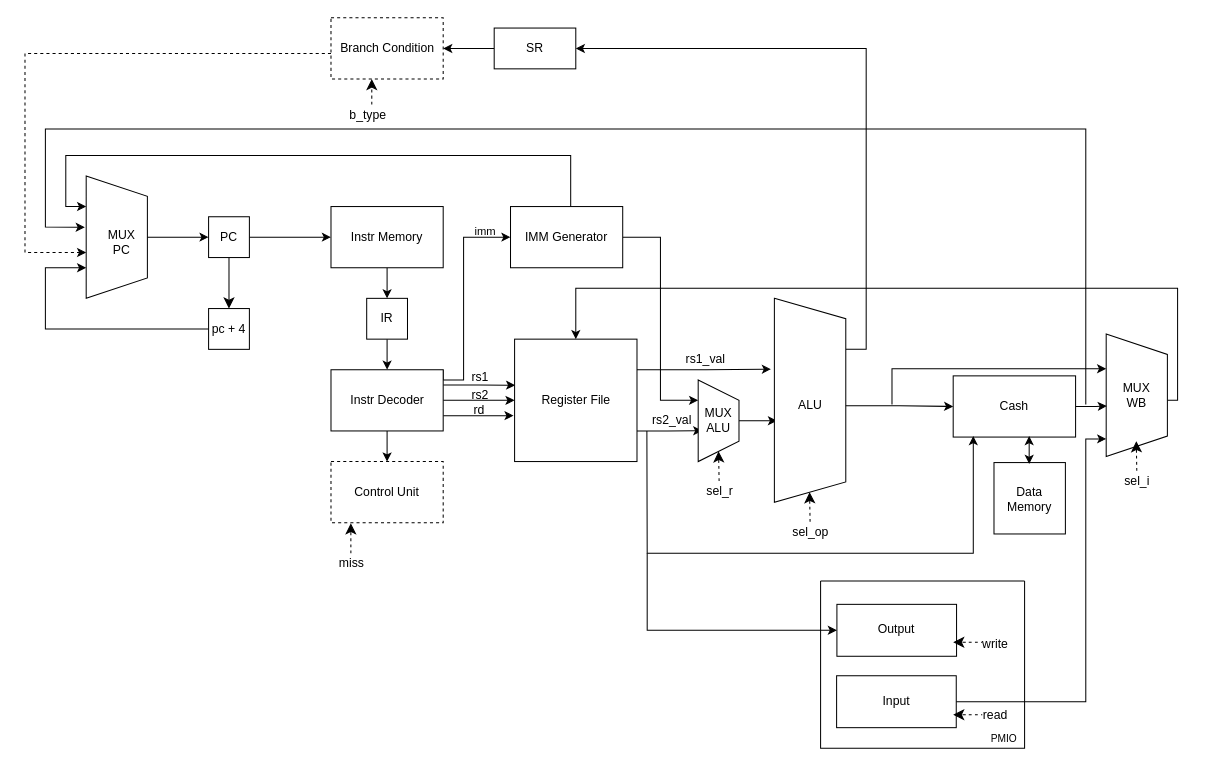
Above: page "Страница-1" (1 of 2) of graph/draw/sheme.drawio in Weeelp/aalang (draw.io), before the change. Source tidied: cells renumbered, new cells numbered last; positions are measured from the earlier drawing's top-left corner, leaving out a move shared by most shapes. Both pictures are drawn from the tidied source at 102%, with x=0, y=0 at pixel (24, 17).
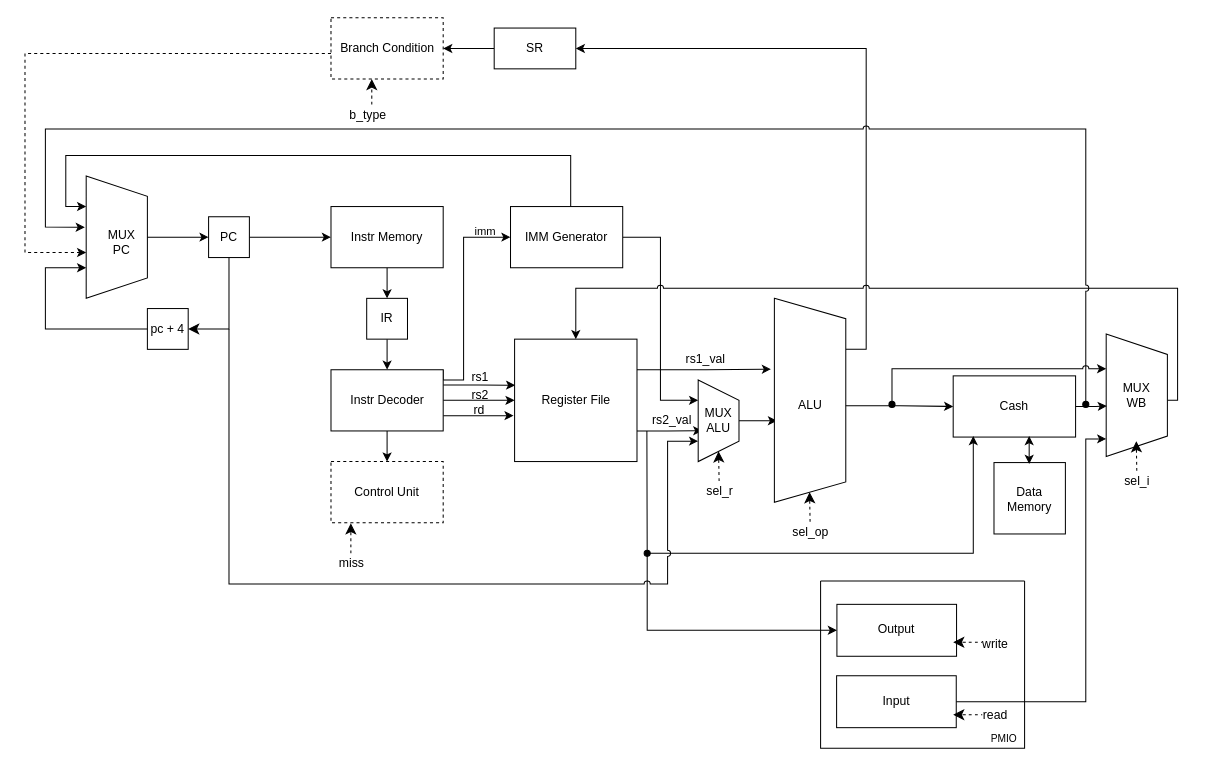
Above is the later version.

Unchanged cells that the change refers to:
```xml
<mxCell id="29" style="shape=trapezoid;perimeter=trapezoidPerimeter;whiteSpace=wrap;html=1;shapeInside=1;fixedSize=1;rotation=90;labelBackgroundColor=none;" parent="28" vertex="1">
  <mxGeometry width="120" height="60" as="geometry" />
</mxCell>
<mxCell id="30" value="MUX&lt;div&gt;PC&lt;/div&gt;" style="text;html=1;whiteSpace=wrap;strokeColor=none;fillColor=none;align=center;verticalAlign=middle;rounded=0;rotation=0;labelBackgroundColor=none;" parent="28" vertex="1" collapsed="1">
  <mxGeometry x="30" y="15" width="70" height="40" as="geometry" />
</mxCell>
<mxCell id="31" style="group;labelBackgroundColor=none;" parent="1" vertex="1">
  <mxGeometry x="170" y="195" width="60" height="40" as="geometry" />
</mxCell>
<mxCell id="33" style="whiteSpace=wrap;html=1;labelBackgroundColor=none;" parent="31" vertex="1">
  <mxGeometry x="10" width="40" height="40" as="geometry" />
</mxCell>
<mxCell id="45" style="whiteSpace=wrap;html=1;labelBackgroundColor=none;" parent="44" vertex="1">
  <mxGeometry width="120" height="120" as="geometry" />
</mxCell>
<mxCell id="48" style="shape=trapezoid;perimeter=trapezoidPerimeter;whiteSpace=wrap;html=1;shapeInside=1;fixedSize=1;rotation=90;labelBackgroundColor=none;" parent="47" vertex="1">
  <mxGeometry width="80" height="40" as="geometry" />
</mxCell>
<mxCell id="59" value="MUX&lt;div&gt;WB&lt;/div&gt;" style="text;html=1;whiteSpace=wrap;strokeColor=none;fillColor=none;align=center;verticalAlign=middle;rounded=0;labelBackgroundColor=none;" parent="57" vertex="1">
  <mxGeometry x="30" y="15" width="60" height="30" as="geometry" />
</mxCell>
<mxCell id="100" style="rounded=0;whiteSpace=wrap;html=1;align=center;verticalAlign=middle;fontFamily=Helvetica;fontSize=12;fillColor=none;labelBackgroundColor=none;" parent="99" vertex="1">
  <mxGeometry width="117.3" height="50.9" as="geometry" />
</mxCell>
```

Diff of the diagram source:
```diff
@@
-    <mxCell id="24" style="edgeStyle=orthogonalEdgeStyle;rounded=0;jettySize=auto;html=1;entryX=0.5;entryY=0;entryDx=0;entryDy=0;labelBackgroundColor=none;fontColor=default;" parent="1" edge="1" source="59" target="45">
+    <mxCell id="24" style="edgeStyle=orthogonalEdgeStyle;rounded=0;jettySize=auto;html=1;entryX=0.5;entryY=0;entryDx=0;entryDy=0;labelBackgroundColor=none;fontColor=default;jumpStyle=arc;" parent="1" edge="1" source="59" target="45">
       <mxGeometry x="0.12" relative="1" as="geometry">
         <Array as="points">
           <mxPoint x="1130" y="375" />
           <mxPoint x="1130" y="265" />
           <mxPoint x="540" y="265" />
         </Array>
       </mxGeometry>
     </mxCell>
@@
     <mxCell id="28" style="group;labelBackgroundColor=none;" parent="1" vertex="1">
-      <mxGeometry x="30" y="185" width="120" height="185" as="geometry" />
+      <mxGeometry x="30" y="185" width="130" height="185" as="geometry" />
     </mxCell>
@@
+    <mxCell id="107" value="pc + 4" style="whiteSpace=wrap;html=1;labelBackgroundColor=none;" parent="28" vertex="1">
+      <mxGeometry x="90" y="100" width="40" height="40" as="geometry" />
+    </mxCell>
+    <mxCell id="108" style="edgeStyle=orthogonalEdgeStyle;rounded=0;jettySize=auto;html=1;entryX=0.75;entryY=1;entryDx=0;entryDy=0;labelBackgroundColor=none;fontColor=default;exitX=0;exitY=0.5;exitDx=0;exitDy=0;" parent="28" edge="1" source="107" target="29">
+      <mxGeometry x="-0.55" relative="1" as="geometry">
+        <Array as="points">
+          <mxPoint x="-10" y="120" />
+          <mxPoint x="-10" y="60" />
+        </Array>
+      </mxGeometry>
+    </mxCell>
@@
-    <mxCell id="32" style="edgeStyle=none;curved=1;rounded=0;curveGeometry=1;jettySize=auto;html=1;fontSize=12;defaultLabelBackgroundColor=page;labelPadding=0 4;startSize=8;endSize=8;" parent="31" edge="1" source="33">
-      <mxGeometry relative="1" as="geometry">
-        <mxPoint x="30" y="90" as="targetPoint" />
-      </mxGeometry>
-    </mxCell>
@@
-    <mxCell id="75" style="endArrow=classic;html=1;rounded=0;entryX=-0.019;entryY=0.133;entryDx=0;entryDy=0;endFill=1;labelBackgroundColor=none;fontColor=default;entryPerimeter=0;" parent="1" edge="1" target="30">
+    <mxCell id="75" style="endArrow=classic;html=1;rounded=0;entryX=-0.019;entryY=0.133;entryDx=0;entryDy=0;endFill=1;labelBackgroundColor=none;fontColor=default;entryPerimeter=0;jumpStyle=arc;startArrow=oval;startFill=1;" parent="1" edge="1" target="30">
       <mxGeometry x="-0.11" relative="1" as="geometry">
         <mxPoint x="1040" y="379" as="sourcePoint" />
         <Array as="points">
           <mxPoint x="1040" y="109" />
           <mxPoint x="600" y="109" />
           <mxPoint x="540" y="109" />
           <mxPoint x="20" y="109" />
           <mxPoint x="20" y="205" />
         </Array>
       </mxGeometry>
     </mxCell>
-    <mxCell id="76" style="endArrow=classic;html=1;rounded=0;entryX=0.25;entryY=1;entryDx=0;entryDy=0;labelBackgroundColor=none;fontColor=default;" parent="1" edge="1">
+    <mxCell id="76" style="endArrow=classic;html=1;rounded=0;entryX=0.25;entryY=1;entryDx=0;entryDy=0;labelBackgroundColor=none;fontColor=default;jumpStyle=arc;startArrow=oval;startFill=1;" parent="1" edge="1">
       <mxGeometry relative="1" as="geometry">
         <mxPoint x="850" y="379" as="sourcePoint" />
         <mxPoint x="1060" y="344" as="targetPoint" />
         <Array as="points">
           <mxPoint x="850" y="344" />
         </Array>
       </mxGeometry>
     </mxCell>
@@
-    <mxCell id="104" style="edgeStyle=orthogonalEdgeStyle;rounded=0;jettySize=auto;html=1;labelBackgroundColor=none;fontColor=default;entryX=0;entryY=0.5;entryDx=0;entryDy=0;" parent="1" edge="1" target="100">
+    <mxCell id="104" style="edgeStyle=orthogonalEdgeStyle;rounded=0;jettySize=auto;html=1;labelBackgroundColor=none;fontColor=default;entryX=0;entryY=0.5;entryDx=0;entryDy=0;startArrow=oval;startFill=1;" parent="1" edge="1" target="100">
       <mxGeometry relative="1" as="geometry">
         <mxPoint x="610" y="525" as="sourcePoint" />
         <Array as="points">
           <mxPoint x="610" y="600.5" />
         </Array>
       </mxGeometry>
     </mxCell>
@@
-    <mxCell id="107" value="pc + 4" style="whiteSpace=wrap;html=1;labelBackgroundColor=none;" parent="1" vertex="1">
-      <mxGeometry x="180" y="285" width="40" height="40" as="geometry" />
-    </mxCell>
-    <mxCell id="108" style="edgeStyle=orthogonalEdgeStyle;rounded=0;jettySize=auto;html=1;entryX=0.75;entryY=1;entryDx=0;entryDy=0;labelBackgroundColor=none;fontColor=default;exitX=0;exitY=0.5;exitDx=0;exitDy=0;" parent="1" edge="1" source="107" target="29">
-      <mxGeometry x="-0.55" relative="1" as="geometry">
-        <Array as="points">
-          <mxPoint x="20" y="305" />
-          <mxPoint x="20" y="245" />
-        </Array>
-      </mxGeometry>
-    </mxCell>
+    <mxCell id="32" style="edgeStyle=orthogonalEdgeStyle;rounded=0;jettySize=auto;html=1;fontSize=12;defaultLabelBackgroundColor=page;labelPadding=0 4;startSize=8;endSize=8;entryX=1;entryY=0.5;entryDx=0;entryDy=0;" parent="1" edge="1" source="33" target="107">
+      <mxGeometry relative="1" as="geometry">
+        <Array as="points">
+          <mxPoint x="200" y="305" />
+        </Array>
+      </mxGeometry>
+    </mxCell>
+    <mxCell id="109" style="endArrow=classic;html=1;rounded=0;strokeColor=default;align=center;verticalAlign=middle;fontFamily=Helvetica;fontSize=11;fontColor=default;labelBackgroundColor=none;jumpStyle=arc;entryX=0.75;entryY=1;entryDx=0;entryDy=0;" parent="1" edge="1" target="48">
+      <mxGeometry x="0.24" relative="1" as="geometry">
+        <mxPoint x="200" y="305" as="sourcePoint" />
+        <Array as="points">
+          <mxPoint x="200" y="555" />
+          <mxPoint x="630" y="555" />
+          <mxPoint x="630" y="415" />
+        </Array>
+      </mxGeometry>
+    </mxCell>
```
